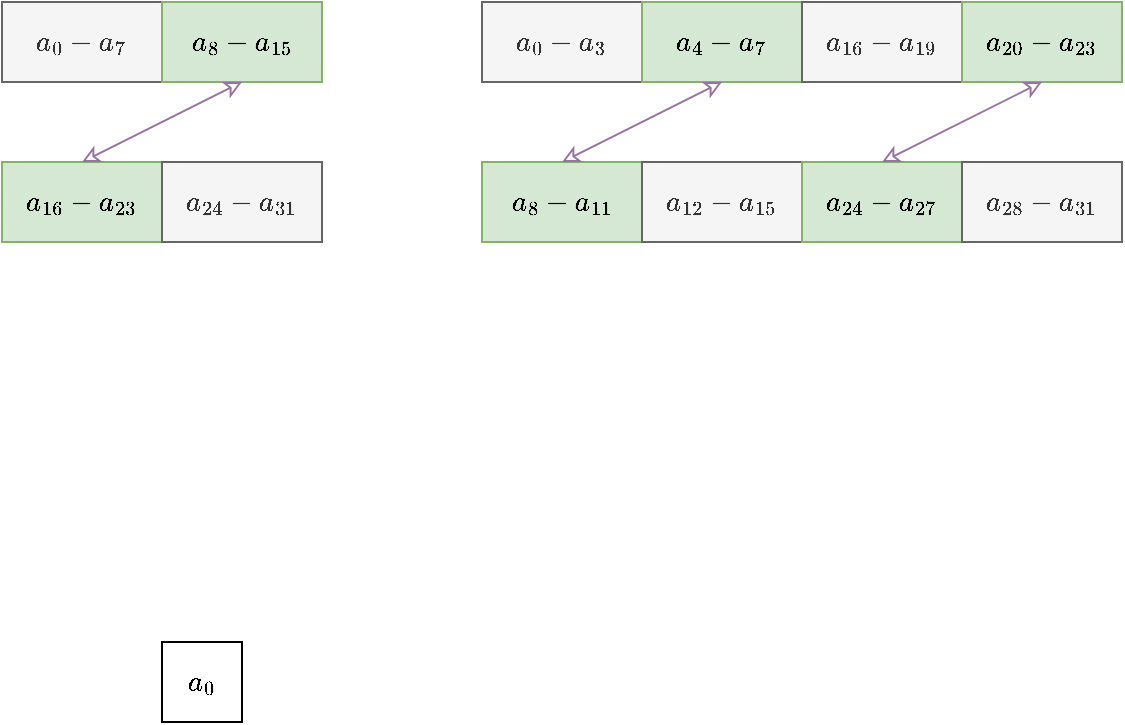
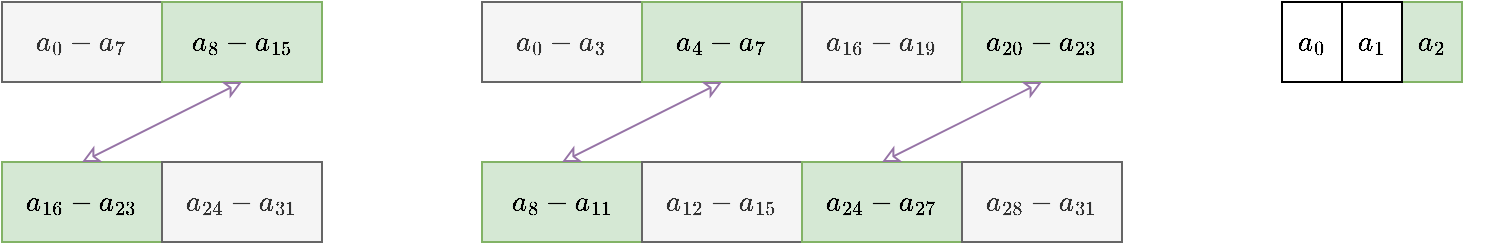
<mxfile host="app.diagrams.net" agent="Mozilla/5.0 (Windows NT 10.0; Win64; x64) AppleWebKit/537.36 (KHTML, like Gecko) Chrome/147.0.0.0 Safari/537.36" version="29.6.1">
  <diagram name="第 1 页" id="UbJ6MV8FVpi-ZYWMkB0j">
-     <mxGraphModel dx="648" dy="960" grid="1" gridSize="10" guides="1" tooltips="1" connect="1" arrows="1" fold="1" page="1" pageScale="1" pageWidth="827" pageHeight="1169" math="1" shadow="0">
+     <mxGraphModel dx="309" dy="457" grid="1" gridSize="10" guides="1" tooltips="1" connect="1" arrows="1" fold="1" page="1" pageScale="1" pageWidth="1169" pageHeight="827" math="1" shadow="0">
      <root>
        <mxCell id="0" />
        <mxCell id="1" parent="0" />
-         <mxCell id="G6SOBiEDir63Zw337Slv-2" parent="1" style="rounded=0;whiteSpace=wrap;html=1;fontFamily=Helvetica;fontSize=12;" value="$$a_0$$" vertex="1">
-           <mxGeometry height="40" width="40" x="120" y="400" as="geometry" />
+         <mxCell id="G6SOBiEDir63Zw337Slv-2" parent="1" style="rounded=0;whiteSpace=wrap;html=1;fontFamily=Helvetica;fontSize=12;" value="$$a_{0}$$" vertex="1">
+           <mxGeometry height="40" width="30" x="680" y="80" as="geometry" />
        </mxCell>
        <mxCell id="FTr905Ipk6vJkZgdHHFr-1" parent="1" style="rounded=0;whiteSpace=wrap;html=1;fontSize=12;fillColor=#f5f5f5;fontColor=#333333;strokeColor=#666666;" value="$$a_{0} - a_{7}$$" vertex="1">
          <mxGeometry height="40" width="80" x="40" y="80" as="geometry" />
        </mxCell>
        <mxCell id="FTr905Ipk6vJkZgdHHFr-2" parent="1" style="rounded=0;whiteSpace=wrap;html=1;fontSize=12;fillColor=#d5e8d4;strokeColor=#82b366;" value="$$a_{8} - a_{15}$$" vertex="1">
          <mxGeometry height="40" width="80" x="120" y="80" as="geometry" />
        </mxCell>
        <mxCell id="FTr905Ipk6vJkZgdHHFr-3" parent="1" style="rounded=0;whiteSpace=wrap;html=1;fontSize=12;fillColor=#d5e8d4;strokeColor=#82b366;" value="$$a_{16} - a_{23}$$" vertex="1">
          <mxGeometry height="40" width="80" x="40" y="160" as="geometry" />
        </mxCell>
        <mxCell id="FTr905Ipk6vJkZgdHHFr-4" parent="1" style="rounded=0;whiteSpace=wrap;html=1;fontSize=12;fillColor=#f5f5f5;fontColor=#333333;strokeColor=#666666;" value="$$a_{24} - a_{31}$$" vertex="1">
          <mxGeometry height="40" width="80" x="120" y="160" as="geometry" />
        </mxCell>
        <mxCell id="FTr905Ipk6vJkZgdHHFr-5" edge="1" parent="1" source="FTr905Ipk6vJkZgdHHFr-3" style="rounded=0;orthogonalLoop=1;jettySize=auto;html=1;endArrow=classic;endFill=0;strokeWidth=1;fillColor=#e1d5e7;strokeColor=#9673a6;startArrow=classic;startFill=0;entryX=0.5;entryY=1;entryDx=0;entryDy=0;exitX=0.5;exitY=0;exitDx=0;exitDy=0;" target="FTr905Ipk6vJkZgdHHFr-2">
          <mxGeometry relative="1" as="geometry">
            <mxPoint x="80" y="150" as="sourcePoint" />
            <mxPoint x="160" y="130" as="targetPoint" />
          </mxGeometry>
        </mxCell>
        <mxCell id="FTr905Ipk6vJkZgdHHFr-6" parent="1" style="rounded=0;whiteSpace=wrap;html=1;fontSize=12;fillColor=#f5f5f5;fontColor=#333333;strokeColor=#666666;" value="$$a_{0} - a_{3}$$" vertex="1">
          <mxGeometry height="40" width="80" x="280" y="80" as="geometry" />
        </mxCell>
        <mxCell id="FTr905Ipk6vJkZgdHHFr-7" parent="1" style="rounded=0;whiteSpace=wrap;html=1;fontSize=12;fillColor=#d5e8d4;strokeColor=#82b366;" value="$$a_{4} - a_{7}$$" vertex="1">
          <mxGeometry height="40" width="80" x="360" y="80" as="geometry" />
        </mxCell>
        <mxCell id="FTr905Ipk6vJkZgdHHFr-8" parent="1" style="rounded=0;whiteSpace=wrap;html=1;fontSize=12;fillColor=#d5e8d4;strokeColor=#82b366;" value="$$a_{8} - a_{11}$$" vertex="1">
          <mxGeometry height="40" width="80" x="280" y="160" as="geometry" />
        </mxCell>
        <mxCell id="FTr905Ipk6vJkZgdHHFr-9" parent="1" style="rounded=0;whiteSpace=wrap;html=1;fontSize=12;fillColor=#f5f5f5;fontColor=#333333;strokeColor=#666666;" value="$$a_{12} - a_{15}$$" vertex="1">
          <mxGeometry height="40" width="80" x="360" y="160" as="geometry" />
        </mxCell>
        <mxCell id="FTr905Ipk6vJkZgdHHFr-10" edge="1" parent="1" source="FTr905Ipk6vJkZgdHHFr-8" style="rounded=0;orthogonalLoop=1;jettySize=auto;html=1;endArrow=classic;endFill=0;strokeWidth=1;fillColor=#e1d5e7;strokeColor=#9673a6;startArrow=classic;startFill=0;entryX=0.5;entryY=1;entryDx=0;entryDy=0;exitX=0.5;exitY=0;exitDx=0;exitDy=0;" target="FTr905Ipk6vJkZgdHHFr-7">
          <mxGeometry relative="1" as="geometry">
            <mxPoint x="320" y="150" as="sourcePoint" />
            <mxPoint x="400" y="130" as="targetPoint" />
          </mxGeometry>
        </mxCell>
        <mxCell id="FTr905Ipk6vJkZgdHHFr-11" parent="1" style="rounded=0;whiteSpace=wrap;html=1;fontSize=12;fillColor=#f5f5f5;fontColor=#333333;strokeColor=#666666;" value="$$a_{16} - a_{19}$$" vertex="1">
          <mxGeometry height="40" width="80" x="440" y="80" as="geometry" />
        </mxCell>
        <mxCell id="FTr905Ipk6vJkZgdHHFr-12" parent="1" style="rounded=0;whiteSpace=wrap;html=1;fontSize=12;fillColor=#d5e8d4;strokeColor=#82b366;" value="$$a_{20} - a_{23}$$" vertex="1">
          <mxGeometry height="40" width="80" x="520" y="80" as="geometry" />
        </mxCell>
        <mxCell id="FTr905Ipk6vJkZgdHHFr-13" parent="1" style="rounded=0;whiteSpace=wrap;html=1;fontSize=12;fillColor=#d5e8d4;strokeColor=#82b366;" value="$$a_{24} - a_{27}$$" vertex="1">
          <mxGeometry height="40" width="80" x="440" y="160" as="geometry" />
        </mxCell>
        <mxCell id="FTr905Ipk6vJkZgdHHFr-14" parent="1" style="rounded=0;whiteSpace=wrap;html=1;fontSize=12;fillColor=#f5f5f5;fontColor=#333333;strokeColor=#666666;" value="$$a_{28} - a_{31}$$" vertex="1">
          <mxGeometry height="40" width="80" x="520" y="160" as="geometry" />
        </mxCell>
        <mxCell id="FTr905Ipk6vJkZgdHHFr-15" edge="1" parent="1" source="FTr905Ipk6vJkZgdHHFr-13" style="rounded=0;orthogonalLoop=1;jettySize=auto;html=1;endArrow=classic;endFill=0;strokeWidth=1;fillColor=#e1d5e7;strokeColor=#9673a6;startArrow=classic;startFill=0;entryX=0.5;entryY=1;entryDx=0;entryDy=0;exitX=0.5;exitY=0;exitDx=0;exitDy=0;" target="FTr905Ipk6vJkZgdHHFr-12">
          <mxGeometry relative="1" as="geometry">
            <mxPoint x="480" y="150" as="sourcePoint" />
            <mxPoint x="560" y="130" as="targetPoint" />
          </mxGeometry>
        </mxCell>
+         <mxCell id="FTr905Ipk6vJkZgdHHFr-16" parent="1" style="rounded=0;whiteSpace=wrap;html=1;fontSize=12;fillColor=#d5e8d4;strokeColor=#82b366;" value="$$a_{2}$$" vertex="1">
+           <mxGeometry height="40" width="30" x="740" y="80" as="geometry" />
+         </mxCell>
+         <mxCell id="FTr905Ipk6vJkZgdHHFr-17" parent="1" style="rounded=0;whiteSpace=wrap;html=1;fontFamily=Helvetica;fontSize=12;" value="$$a_{1}$$" vertex="1">
+           <mxGeometry height="40" width="30" x="710" y="80" as="geometry" />
+         </mxCell>
      </root>
    </mxGraphModel>
  </diagram>
</mxfile>
